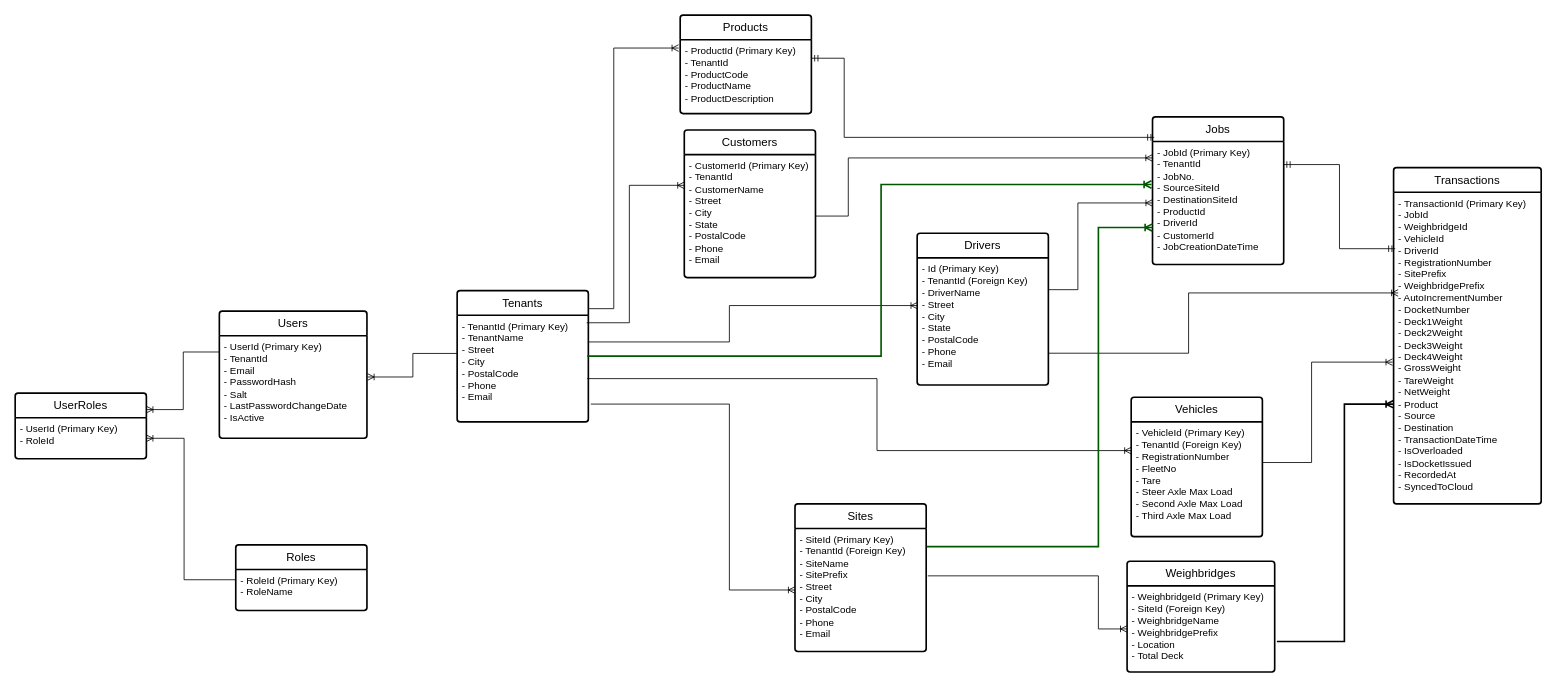
arkhan-public/DB-3_Final_Project keeps this draw.io diagram as Final_Project.drawio. Above is the earlier version. Source tidied: cells renumbered, new cells numbered last; positions are measured from the earlier drawing's top-left corner, leaving out a move shared by most shapes. Both pictures are drawn from the tidied source at 82%, with x=0, y=0 at pixel (15, 15).
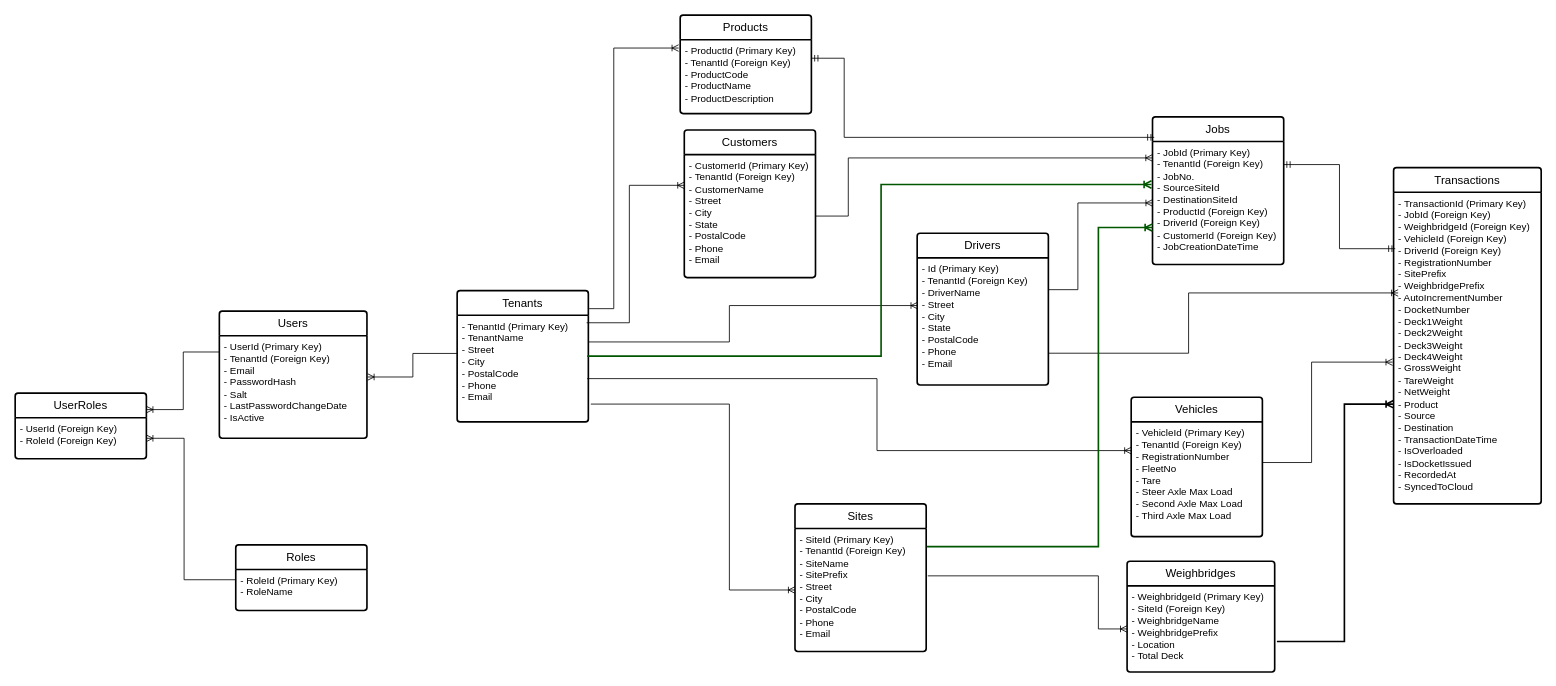
Above is the later version.

The change refers to these unchanged cells:
```xml
<mxCell id="2" value="Customers" style="swimlane;horizontal=1;startSize=30;rounded=1;fontSize=14;fontStyle=0;strokeWidth=2;shadow=0;dashed=0;align=center;arcSize=4;whiteSpace=wrap;html=1;" parent="1" vertex="1">
  <mxGeometry x="816" y="140" width="160" height="180" as="geometry" />
</mxCell>
<mxCell id="14" value="Jobs" style="swimlane;horizontal=1;startSize=30;rounded=1;fontSize=14;fontStyle=0;strokeWidth=2;shadow=0;dashed=0;align=center;arcSize=4;whiteSpace=wrap;html=1;" parent="1" vertex="1">
  <mxGeometry x="1387" y="124" width="160" height="180" as="geometry" />
</mxCell>
<mxCell id="16" value="Products" style="swimlane;horizontal=1;startSize=30;rounded=1;fontSize=14;fontStyle=0;strokeWidth=2;shadow=0;dashed=0;align=center;arcSize=4;whiteSpace=wrap;html=1;" parent="1" vertex="1">
  <mxGeometry x="811" width="160" height="120" as="geometry" />
</mxCell>
<mxCell id="26" value="Users" style="swimlane;horizontal=1;startSize=30;rounded=1;fontSize=14;fontStyle=0;strokeWidth=2;shadow=0;dashed=0;align=center;arcSize=4;whiteSpace=wrap;html=1;" parent="1" vertex="1">
  <mxGeometry x="249" y="361" width="180" height="155" as="geometry" />
</mxCell>
<mxCell id="28" value="Transactions" style="swimlane;horizontal=1;startSize=30;rounded=1;fontSize=14;fontStyle=0;strokeWidth=2;shadow=0;dashed=0;align=center;arcSize=4;whiteSpace=wrap;html=1;" parent="1" vertex="1">
  <mxGeometry x="1681" y="186" width="180" height="410" as="geometry" />
</mxCell>
<mxCell id="30" value="UserRoles" style="swimlane;horizontal=1;startSize=30;rounded=1;fontSize=14;fontStyle=0;strokeWidth=2;shadow=0;dashed=0;align=center;arcSize=4;whiteSpace=wrap;html=1;" parent="1" vertex="1">
  <mxGeometry y="461" width="160" height="80" as="geometry" />
</mxCell>
```

Diff of the diagram source:
```diff
@@
-    <mxCell id="3" value="- CustomerId (Primary Key)&lt;div&gt;- TenantId&lt;/div&gt;&lt;div&gt;- CustomerName&lt;/div&gt;&lt;div&gt;- Street&lt;/div&gt;&lt;div&gt;- City&lt;/div&gt;&lt;div&gt;- State&lt;/div&gt;&lt;div&gt;- PostalCode&lt;/div&gt;&lt;div&gt;- Phone&lt;/div&gt;&lt;div&gt;- Email&lt;/div&gt;" style="align=left;strokeColor=none;fillColor=none;spacingLeft=4;spacingRight=4;fontSize=12;verticalAlign=top;html=1;whiteSpace=wrap;" parent="2" vertex="1">
+    <mxCell id="3" value="- CustomerId (Primary Key)&lt;div&gt;- TenantId&lt;span style=&quot;background-color: transparent; color: light-dark(rgb(0, 0, 0), rgb(255, 255, 255));&quot;&gt;&amp;nbsp;&lt;/span&gt;&lt;span style=&quot;background-color: transparent; color: light-dark(rgb(0, 0, 0), rgb(255, 255, 255));&quot;&gt;(Foreign Key)&lt;/span&gt;&lt;/div&gt;&lt;div&gt;- CustomerName&lt;/div&gt;&lt;div&gt;- Street&lt;/div&gt;&lt;div&gt;- City&lt;/div&gt;&lt;div&gt;- State&lt;/div&gt;&lt;div&gt;- PostalCode&lt;/div&gt;&lt;div&gt;- Phone&lt;/div&gt;&lt;div&gt;- Email&lt;/div&gt;" style="align=left;strokeColor=none;fillColor=none;spacingLeft=4;spacingRight=4;fontSize=12;verticalAlign=top;html=1;whiteSpace=wrap;" parent="2" vertex="1">
       <mxGeometry y="30" width="160" height="150" as="geometry" />
     </mxCell>
@@
-    <mxCell id="15" value="- JobId (Primary Key)&lt;div&gt;- TenantId&lt;/div&gt;&lt;div&gt;- JobNo.&lt;/div&gt;&lt;div&gt;- SourceSiteId&lt;/div&gt;&lt;div&gt;- DestinationSiteId&lt;/div&gt;&lt;div&gt;- ProductId&lt;/div&gt;&lt;div&gt;- DriverId&lt;/div&gt;&lt;div&gt;- CustomerId&lt;/div&gt;&lt;div&gt;- JobCreationDateTime&lt;/div&gt;" style="align=left;strokeColor=none;fillColor=none;spacingLeft=4;spacingRight=4;fontSize=12;verticalAlign=top;html=1;whiteSpace=wrap;" parent="14" vertex="1">
+    <mxCell id="15" value="- JobId (Primary Key)&lt;div&gt;- TenantId&lt;span style=&quot;background-color: transparent; color: light-dark(rgb(0, 0, 0), rgb(255, 255, 255));&quot;&gt;&amp;nbsp;&lt;/span&gt;&lt;span style=&quot;background-color: transparent; color: light-dark(rgb(0, 0, 0), rgb(255, 255, 255));&quot;&gt;(Foreign Key)&lt;/span&gt;&lt;/div&gt;&lt;div&gt;- JobNo.&lt;/div&gt;&lt;div&gt;- SourceSiteId&lt;/div&gt;&lt;div&gt;- DestinationSiteId&lt;/div&gt;&lt;div&gt;- ProductId&lt;span style=&quot;background-color: transparent; color: light-dark(rgb(0, 0, 0), rgb(255, 255, 255));&quot;&gt;&amp;nbsp;&lt;/span&gt;&lt;span style=&quot;background-color: transparent; color: light-dark(rgb(0, 0, 0), rgb(255, 255, 255));&quot;&gt;(Foreign Key)&lt;/span&gt;&lt;/div&gt;&lt;div&gt;- DriverId&lt;span style=&quot;background-color: transparent; color: light-dark(rgb(0, 0, 0), rgb(255, 255, 255));&quot;&gt;&amp;nbsp;&lt;/span&gt;&lt;span style=&quot;background-color: transparent; color: light-dark(rgb(0, 0, 0), rgb(255, 255, 255));&quot;&gt;(Foreign Key)&lt;/span&gt;&lt;/div&gt;&lt;div&gt;- CustomerId&lt;span style=&quot;background-color: transparent; color: light-dark(rgb(0, 0, 0), rgb(255, 255, 255));&quot;&gt;&amp;nbsp;&lt;/span&gt;&lt;span style=&quot;background-color: transparent; color: light-dark(rgb(0, 0, 0), rgb(255, 255, 255));&quot;&gt;(Foreign Key)&lt;/span&gt;&lt;/div&gt;&lt;div&gt;- JobCreationDateTime&lt;/div&gt;" style="align=left;strokeColor=none;fillColor=none;spacingLeft=4;spacingRight=4;fontSize=12;verticalAlign=top;html=1;whiteSpace=wrap;" parent="14" vertex="1">
       <mxGeometry y="30" width="160" height="150" as="geometry" />
     </mxCell>
@@
-    <mxCell id="17" value="- ProductId (Primary Key)&lt;div&gt;- TenantId&lt;/div&gt;&lt;div&gt;- ProductCode&lt;/div&gt;&lt;div&gt;- ProductName&lt;/div&gt;&lt;div&gt;- ProductDescription&lt;/div&gt;&lt;div&gt;&lt;br&gt;&lt;/div&gt;" style="align=left;strokeColor=none;fillColor=none;spacingLeft=4;spacingRight=4;fontSize=12;verticalAlign=top;html=1;whiteSpace=wrap;" parent="16" vertex="1">
+    <mxCell id="17" value="- ProductId (Primary Key)&lt;div&gt;- TenantId&lt;span style=&quot;background-color: transparent; color: light-dark(rgb(0, 0, 0), rgb(255, 255, 255));&quot;&gt;&amp;nbsp;&lt;/span&gt;&lt;span style=&quot;background-color: transparent; color: light-dark(rgb(0, 0, 0), rgb(255, 255, 255));&quot;&gt;(Foreign Key)&lt;/span&gt;&lt;/div&gt;&lt;div&gt;- ProductCode&lt;/div&gt;&lt;div&gt;- ProductName&lt;/div&gt;&lt;div&gt;- ProductDescription&lt;/div&gt;&lt;div&gt;&lt;br&gt;&lt;/div&gt;" style="align=left;strokeColor=none;fillColor=none;spacingLeft=4;spacingRight=4;fontSize=12;verticalAlign=top;html=1;whiteSpace=wrap;" parent="16" vertex="1">
       <mxGeometry y="30" width="160" height="90" as="geometry" />
     </mxCell>
@@
-    <mxCell id="27" value="- UserId (Primary Key)&lt;div&gt;- TenantId&lt;/div&gt;&lt;div&gt;- Email&lt;/div&gt;&lt;div&gt;- PasswordHash&lt;/div&gt;&lt;div&gt;- Salt&lt;/div&gt;&lt;div&gt;- LastPasswordChangeDate&lt;/div&gt;&lt;div&gt;- IsActive&lt;/div&gt;" style="align=left;strokeColor=none;fillColor=none;spacingLeft=4;spacingRight=4;fontSize=12;verticalAlign=top;html=1;whiteSpace=wrap;" parent="26" vertex="1">
+    <mxCell id="27" value="- UserId (Primary Key)&lt;div&gt;- TenantId&amp;nbsp;&lt;span style=&quot;background-color: transparent; color: light-dark(rgb(0, 0, 0), rgb(255, 255, 255));&quot;&gt;(Foreign Key)&lt;/span&gt;&lt;/div&gt;&lt;div&gt;- Email&lt;/div&gt;&lt;div&gt;- PasswordHash&lt;/div&gt;&lt;div&gt;- Salt&lt;/div&gt;&lt;div&gt;- LastPasswordChangeDate&lt;/div&gt;&lt;div&gt;- IsActive&lt;/div&gt;" style="align=left;strokeColor=none;fillColor=none;spacingLeft=4;spacingRight=4;fontSize=12;verticalAlign=top;html=1;whiteSpace=wrap;" parent="26" vertex="1">
       <mxGeometry y="30" width="180" height="125" as="geometry" />
     </mxCell>
@@
-    <mxCell id="29" value="- TransactionId (Primary Key)&lt;div&gt;- JobId&lt;/div&gt;&lt;div&gt;- WeighbridgeId&lt;/div&gt;&lt;div&gt;- VehicleId&lt;/div&gt;&lt;div&gt;- DriverId&lt;/div&gt;&lt;div&gt;- RegistrationNumber&lt;/div&gt;&lt;div&gt;- SitePrefix&lt;/div&gt;&lt;div&gt;- WeighbridgePrefix&lt;/div&gt;&lt;div&gt;- AutoIncrementNumber&lt;/div&gt;&lt;div&gt;-&amp;nbsp;&lt;span style=&quot;background-color: transparent; color: light-dark(rgb(0, 0, 0), rgb(255, 255, 255));&quot;&gt;DocketNumber&lt;/span&gt;&lt;/div&gt;&lt;div&gt;-&amp;nbsp;&lt;span style=&quot;background-color: transparent; color: light-dark(rgb(0, 0, 0), rgb(255, 255, 255));&quot;&gt;Deck1Weight&lt;/span&gt;&lt;/div&gt;&lt;div&gt;- Deck2Weight&lt;/div&gt;&lt;div&gt;- Deck3Weight&lt;/div&gt;&lt;div&gt;- Deck4Weight&lt;/div&gt;&lt;div&gt;- GrossWeight&lt;/div&gt;&lt;div&gt;- TareWeight&lt;/div&gt;&lt;div&gt;- NetWeight&lt;/div&gt;&lt;div&gt;-&amp;nbsp;&lt;span style=&quot;background-color: transparent; color: light-dark(rgb(0, 0, 0), rgb(255, 255, 255));&quot;&gt;Product&lt;/span&gt;&lt;/div&gt;&lt;div&gt;- Source&lt;/div&gt;&lt;div&gt;- Destination&lt;/div&gt;&lt;div&gt;- TransactionDateTime&lt;/div&gt;&lt;div&gt;- IsOverloaded&lt;/div&gt;&lt;div&gt;- IsDocketIssued&lt;/div&gt;&lt;div&gt;- RecordedAt&lt;/div&gt;&lt;div&gt;- SyncedToCloud&lt;/div&gt;" style="align=left;strokeColor=none;fillColor=none;spacingLeft=4;spacingRight=4;fontSize=12;verticalAlign=top;html=1;whiteSpace=wrap;" parent="28" vertex="1">
+    <mxCell id="29" value="- TransactionId (Primary Key)&lt;div&gt;- JobId&lt;span style=&quot;background-color: transparent; color: light-dark(rgb(0, 0, 0), rgb(255, 255, 255));&quot;&gt;&amp;nbsp;&lt;/span&gt;&lt;span style=&quot;background-color: transparent; color: light-dark(rgb(0, 0, 0), rgb(255, 255, 255));&quot;&gt;(Foreign Key)&lt;/span&gt;&lt;/div&gt;&lt;div&gt;- WeighbridgeId&lt;span style=&quot;background-color: transparent; color: light-dark(rgb(0, 0, 0), rgb(255, 255, 255));&quot;&gt;&amp;nbsp;&lt;/span&gt;&lt;span style=&quot;background-color: transparent; color: light-dark(rgb(0, 0, 0), rgb(255, 255, 255));&quot;&gt;(Foreign Key)&lt;/span&gt;&lt;/div&gt;&lt;div&gt;- VehicleId&lt;span style=&quot;background-color: transparent; color: light-dark(rgb(0, 0, 0), rgb(255, 255, 255));&quot;&gt;&amp;nbsp;&lt;/span&gt;&lt;span style=&quot;background-color: transparent; color: light-dark(rgb(0, 0, 0), rgb(255, 255, 255));&quot;&gt;(Foreign Key)&lt;/span&gt;&lt;/div&gt;&lt;div&gt;- DriverId&lt;span style=&quot;background-color: transparent; color: light-dark(rgb(0, 0, 0), rgb(255, 255, 255));&quot;&gt;&amp;nbsp;&lt;/span&gt;&lt;span style=&quot;background-color: transparent; color: light-dark(rgb(0, 0, 0), rgb(255, 255, 255));&quot;&gt;(Foreign Key)&lt;/span&gt;&lt;/div&gt;&lt;div&gt;- RegistrationNumber&lt;/div&gt;&lt;div&gt;- SitePrefix&lt;/div&gt;&lt;div&gt;- WeighbridgePrefix&lt;/div&gt;&lt;div&gt;- AutoIncrementNumber&lt;/div&gt;&lt;div&gt;-&amp;nbsp;&lt;span style=&quot;background-color: transparent; color: light-dark(rgb(0, 0, 0), rgb(255, 255, 255));&quot;&gt;DocketNumber&lt;/span&gt;&lt;/div&gt;&lt;div&gt;-&amp;nbsp;&lt;span style=&quot;background-color: transparent; color: light-dark(rgb(0, 0, 0), rgb(255, 255, 255));&quot;&gt;Deck1Weight&lt;/span&gt;&lt;/div&gt;&lt;div&gt;- Deck2Weight&lt;/div&gt;&lt;div&gt;- Deck3Weight&lt;/div&gt;&lt;div&gt;- Deck4Weight&lt;/div&gt;&lt;div&gt;- GrossWeight&lt;/div&gt;&lt;div&gt;- TareWeight&lt;/div&gt;&lt;div&gt;- NetWeight&lt;/div&gt;&lt;div&gt;-&amp;nbsp;&lt;span style=&quot;background-color: transparent; color: light-dark(rgb(0, 0, 0), rgb(255, 255, 255));&quot;&gt;Product&lt;/span&gt;&lt;/div&gt;&lt;div&gt;- Source&lt;/div&gt;&lt;div&gt;- Destination&lt;/div&gt;&lt;div&gt;- TransactionDateTime&lt;/div&gt;&lt;div&gt;- IsOverloaded&lt;/div&gt;&lt;div&gt;- IsDocketIssued&lt;/div&gt;&lt;div&gt;- RecordedAt&lt;/div&gt;&lt;div&gt;- SyncedToCloud&lt;/div&gt;" style="align=left;strokeColor=none;fillColor=none;spacingLeft=4;spacingRight=4;fontSize=12;verticalAlign=top;html=1;whiteSpace=wrap;" parent="28" vertex="1">
       <mxGeometry y="30" width="180" height="380" as="geometry" />
     </mxCell>
@@
-    <mxCell id="31" value="- UserId (Primary Key)&lt;div&gt;- RoleId&lt;/div&gt;" style="align=left;strokeColor=none;fillColor=none;spacingLeft=4;spacingRight=4;fontSize=12;verticalAlign=top;html=1;whiteSpace=wrap;" parent="30" vertex="1">
+    <mxCell id="31" value="- UserId&amp;nbsp;&lt;span style=&quot;color: light-dark(rgb(0, 0, 0), rgb(255, 255, 255)); background-color: transparent;&quot;&gt;(Foreign Key)&lt;/span&gt;&lt;div&gt;- RoleId&lt;span style=&quot;background-color: transparent; color: light-dark(rgb(0, 0, 0), rgb(255, 255, 255));&quot;&gt;&amp;nbsp;&lt;/span&gt;&lt;span style=&quot;background-color: transparent; color: light-dark(rgb(0, 0, 0), rgb(255, 255, 255));&quot;&gt;(Foreign Key)&lt;/span&gt;&lt;/div&gt;" style="align=left;strokeColor=none;fillColor=none;spacingLeft=4;spacingRight=4;fontSize=12;verticalAlign=top;html=1;whiteSpace=wrap;" parent="30" vertex="1">
       <mxGeometry y="30" width="160" height="50" as="geometry" />
     </mxCell>
```
